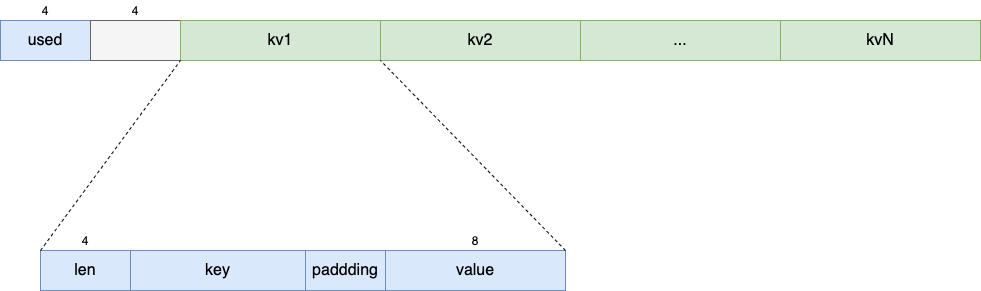
Before: prometheus/python-client/mmapdict.png, a diagram exported from draw.io (yu000hong/book-open-source). Source tidied: cells renumbered, new cells last; positions are measured from the earlier drawing's top-left corner, leaving out a move shared by most shapes.
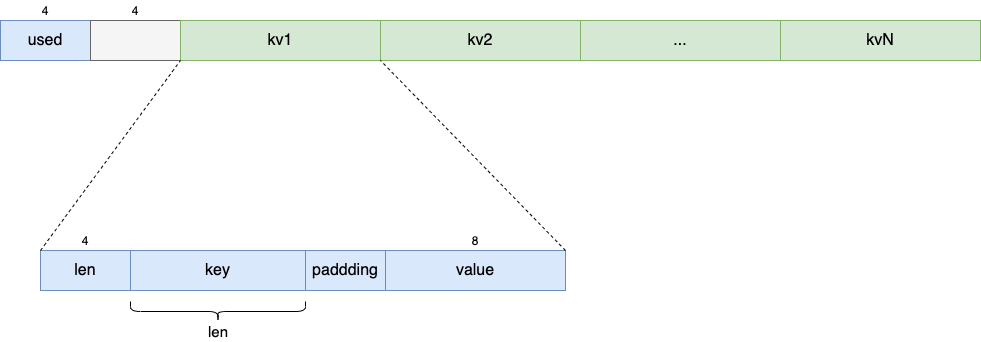
Above is the later version.

The edit, as a diff of the source:
```diff
@@ -50,5 +50,11 @@
     <mxCell id="17" style="endArrow=none;dashed=1;html=1;fontSize=16;entryX=0;entryY=1;entryDx=0;entryDy=0;exitX=1;exitY=0;exitDx=0;exitDy=0;" parent="1" edge="1" source="13" target="5">
       <mxGeometry relative="1" as="geometry" />
     </mxCell>
+    <mxCell id="18" style="shape=curlyBracket;whiteSpace=wrap;html=1;rounded=1;direction=north;" parent="1" vertex="1">
+      <mxGeometry x="130" y="301" width="175" height="20" as="geometry" />
+    </mxCell>
+    <mxCell id="19" value="len" style="text;html=1;strokeColor=none;fillColor=none;align=center;verticalAlign=middle;whiteSpace=wrap;rounded=0;fontSize=15;" parent="1" vertex="1">
+      <mxGeometry x="197.5" y="321" width="40" height="20" as="geometry" />
+    </mxCell>
   </root>
 </mxGraphModel>
```
